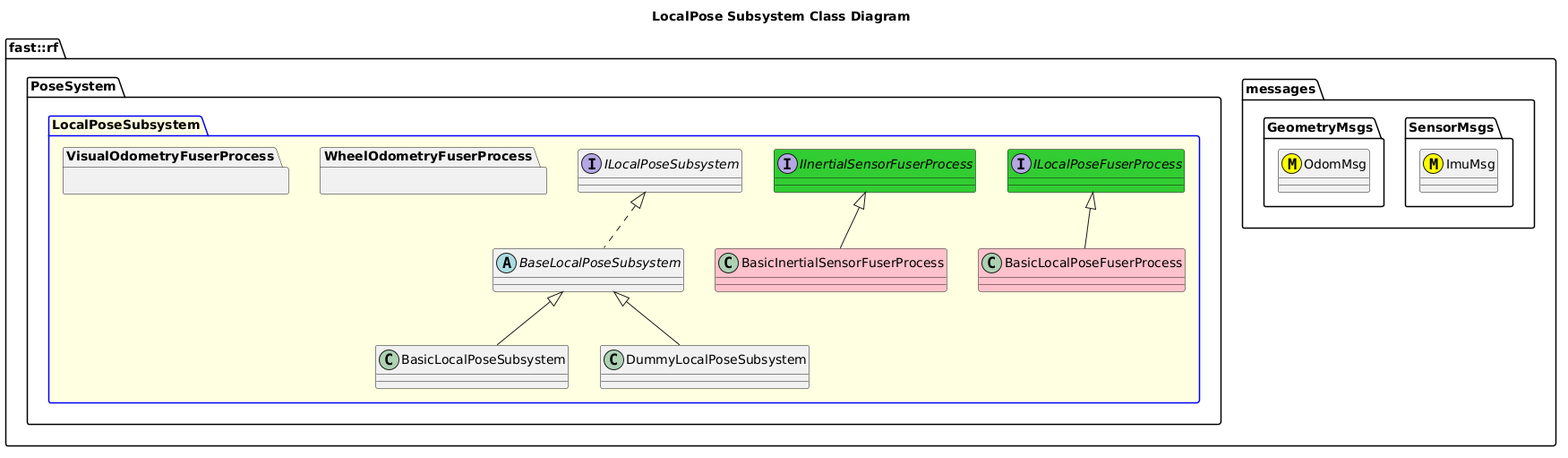
fastrobotics/robot_framework keeps this PlantUML diagram as Systems/Pose/Subsystems/LocalPose/doc/puml/LocalPoseSubsystemClassDiagram.png. Above is the earlier version.
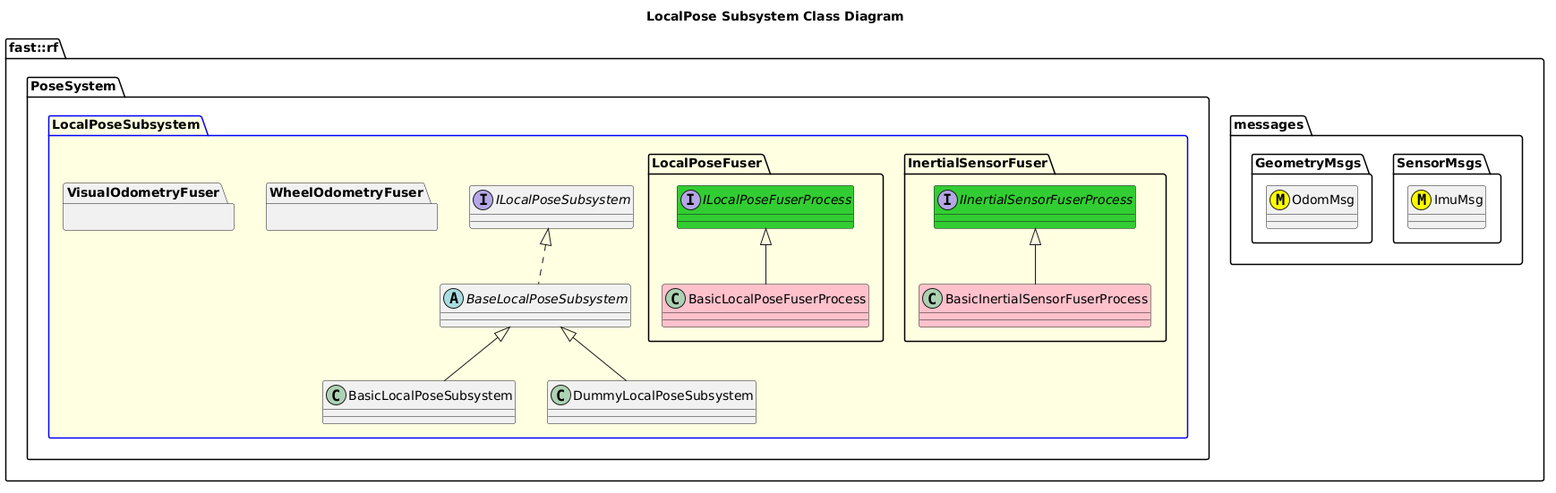
The same file after the commit.

Diff of the diagram source:
```diff
@@ -24,20 +24,24 @@
       class DummyLocalPoseSubsystem {
       }
       DummyLocalPoseSubsystem -up-|> BaseLocalPoseSubsystem
-      interface IInertialSensorFuserProcess #LimeGreen {}
-      class BasicInertialSensorFuserProcess #Pink {}
-      BasicInertialSensorFuserProcess -up-|> IInertialSensorFuserProcess
+      namespace InertialSensorFuser {
+        interface IInertialSensorFuserProcess #LimeGreen {}
+        class BasicInertialSensorFuserProcess #Pink {}
+        BasicInertialSensorFuserProcess -up-|> IInertialSensorFuserProcess
+      }
 
 
-      namespace WheelOdometryFuserProcess {
+      namespace WheelOdometryFuser {
 
       }
-      namespace VisualOdometryFuserProcess {
+      namespace VisualOdometryFuser {
 
       }
-      interface ILocalPoseFuserProcess #LimeGreen {}
-      class BasicLocalPoseFuserProcess #Pink {}
-      BasicLocalPoseFuserProcess -up-|> ILocalPoseFuserProcess
+      namespace LocalPoseFuser {
+        interface ILocalPoseFuserProcess #LimeGreen {}
+        class BasicLocalPoseFuserProcess #Pink {}
+        BasicLocalPoseFuserProcess -up-|> ILocalPoseFuserProcess
+      }
 
 
     }
```
